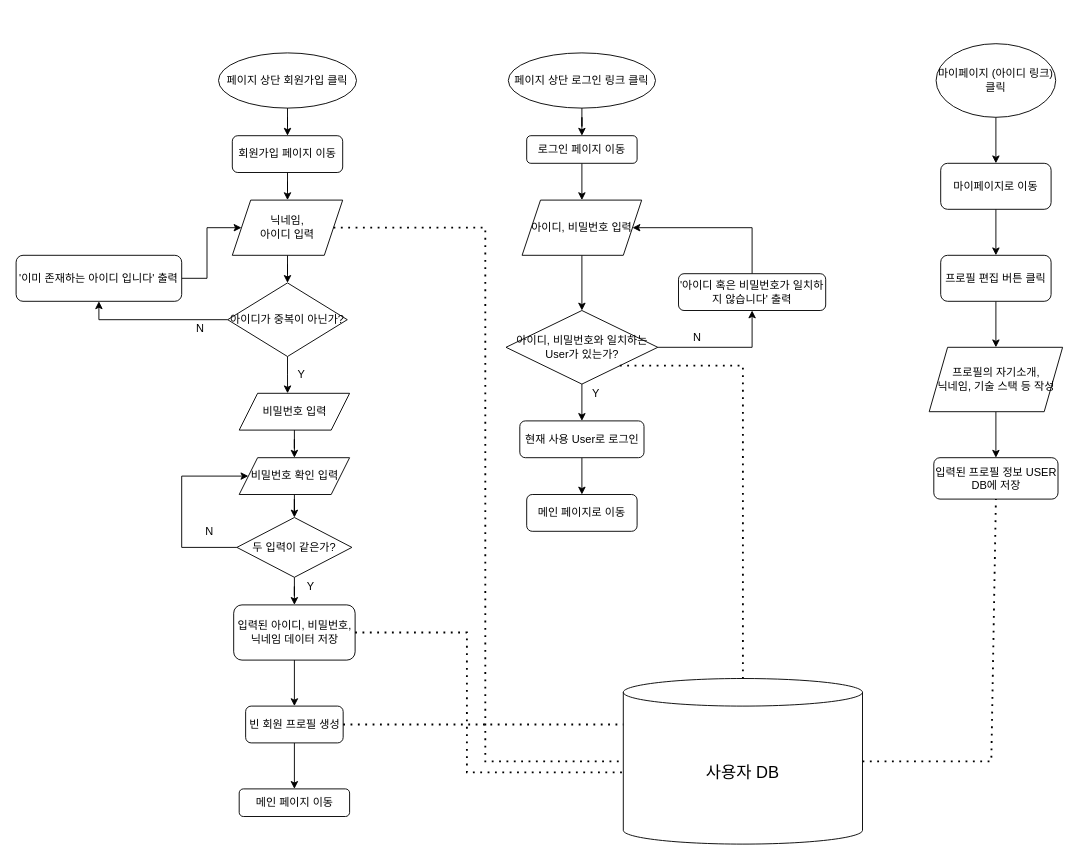
The draw.io diagram ServerSystem/user.drawio in ash0814/univ_assignments, before the edit. Source tidied: cells renumbered, new cells numbered last; positions are measured from the earlier drawing's top-left corner, leaving out a move shared by most shapes. Both pictures are drawn from the tidied source at 92%, with x=0, y=0 at pixel (16, 43).
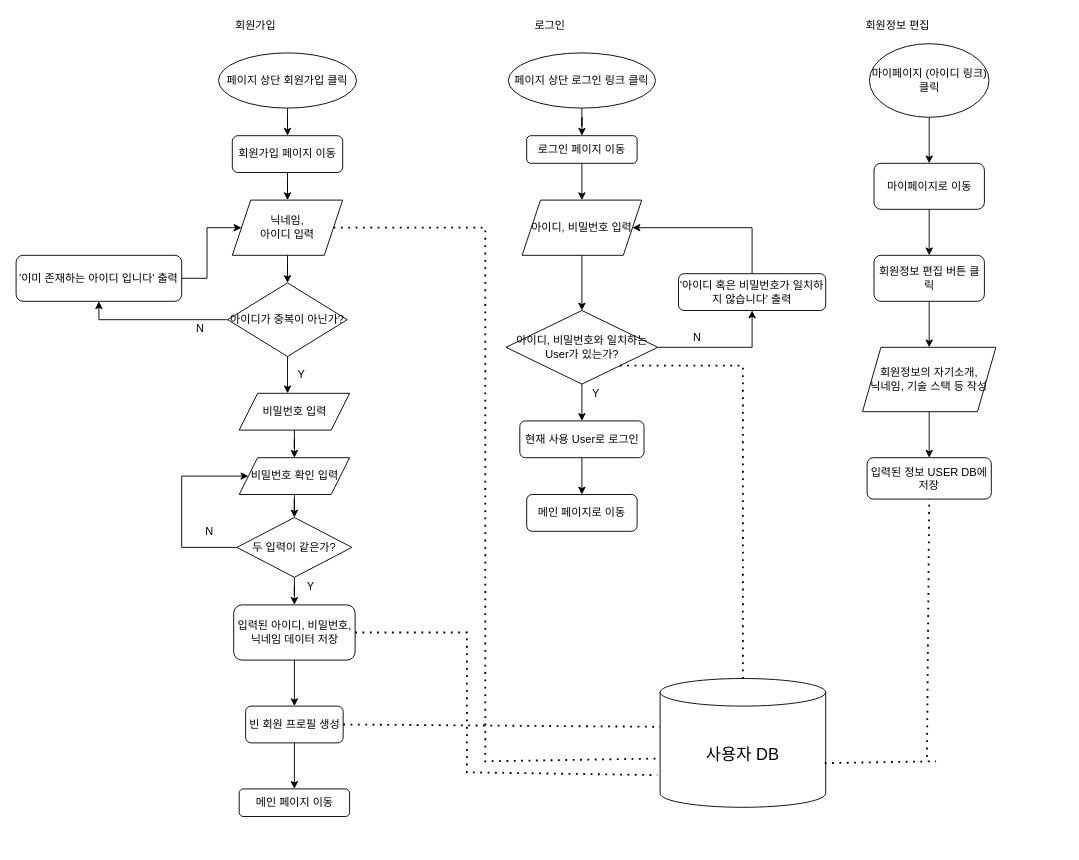
After the change.

Unchanged cells that the change refers to:
```xml
<mxCell id="7" value="닉네임,&lt;br&gt;아이디 입력" style="shape=parallelogram;perimeter=parallelogramPerimeter;whiteSpace=wrap;html=1;fixedSize=1;" parent="1" vertex="1">
  <mxGeometry x="235" y="170" width="120" height="60" as="geometry" />
</mxCell>
<mxCell id="21" value="입력된 아이디, 비밀번호, 닉네임 데이터 저장" style="rounded=1;whiteSpace=wrap;html=1;" parent="1" vertex="1">
  <mxGeometry x="236.5" y="610" width="132" height="60" as="geometry" />
</mxCell>
<mxCell id="23" value="빈 회원 프로필 생성" style="rounded=1;whiteSpace=wrap;html=1;" parent="1" vertex="1">
  <mxGeometry x="249.5" y="720" width="106" height="40" as="geometry" />
</mxCell>
```

Change to the diagram source:
```diff
@@
     <mxCell id="46" value="마이페이지 (아이디 링크) 클릭" style="ellipse;whiteSpace=wrap;html=1;" parent="1" vertex="1">
-      <mxGeometry x="1000" width="130" height="80" as="geometry" />
+      <mxGeometry x="927.5" width="130" height="80" as="geometry" />
     </mxCell>
@@
     <mxCell id="48" value="마이페이지로 이동" style="rounded=1;whiteSpace=wrap;html=1;" parent="1" vertex="1">
-      <mxGeometry x="1005" y="130" width="120" height="50" as="geometry" />
+      <mxGeometry x="932.5" y="130" width="120" height="50" as="geometry" />
     </mxCell>
@@
-    <mxCell id="50" value="프로필 편집 버튼 클릭" style="rounded=1;whiteSpace=wrap;html=1;" parent="1" vertex="1">
-      <mxGeometry x="1005" y="230" width="120" height="50" as="geometry" />
+    <mxCell id="50" value="회원정보 편집 버튼 클릭" style="rounded=1;whiteSpace=wrap;html=1;" parent="1" vertex="1">
+      <mxGeometry x="932.5" y="230" width="120" height="50" as="geometry" />
     </mxCell>
@@
-    <mxCell id="52" value="프로필의 자기소개, &lt;br&gt;닉네임, 기술 스택 등 작성" style="shape=parallelogram;perimeter=parallelogramPerimeter;whiteSpace=wrap;html=1;fixedSize=1;" parent="1" vertex="1">
-      <mxGeometry x="992.5" y="330" width="145" height="70" as="geometry" />
+    <mxCell id="52" value="회원정보의 자기소개, &lt;br&gt;닉네임, 기술 스택 등 작성" style="shape=parallelogram;perimeter=parallelogramPerimeter;whiteSpace=wrap;html=1;fixedSize=1;" parent="1" vertex="1">
+      <mxGeometry x="920" y="330" width="145" height="70" as="geometry" />
     </mxCell>
-    <mxCell id="53" value="입력된 프로필 정보 USER DB에 저장" style="rounded=1;whiteSpace=wrap;html=1;" parent="1" vertex="1">
-      <mxGeometry x="997.5" y="450" width="135" height="45" as="geometry" />
+    <mxCell id="53" value="입력된 정보 USER DB에 저장" style="rounded=1;whiteSpace=wrap;html=1;" parent="1" vertex="1">
+      <mxGeometry x="925" y="450" width="135" height="45" as="geometry" />
     </mxCell>
     <mxCell id="54" value="&lt;font style=&quot;font-size: 18px&quot;&gt;사용자 DB&lt;/font&gt;" style="shape=cylinder3;whiteSpace=wrap;html=1;boundedLbl=1;backgroundOutline=1;size=15;" parent="1" vertex="1">
-      <mxGeometry x="660" y="690" width="260" height="180" as="geometry" />
+      <mxGeometry x="700" y="690" width="180" height="140" as="geometry" />
     </mxCell>
-    <mxCell id="55" style="endArrow=none;dashed=1;html=1;dashPattern=1 3;strokeWidth=2;rounded=0;fontSize=18;exitX=1;exitY=0.5;exitDx=0;exitDy=0;" parent="1" edge="1" source="7">
+    <mxCell id="55" style="endArrow=none;dashed=1;html=1;dashPattern=1 3;strokeWidth=2;rounded=0;fontSize=18;exitX=1;exitY=0.5;exitDx=0;exitDy=0;entryX=0;entryY=0.621;entryDx=0;entryDy=0;entryPerimeter=0;" parent="1" edge="1" source="7" target="54">
       <mxGeometry relative="1" as="geometry">
-        <mxPoint x="660" y="780" as="targetPoint" />
         <Array as="points">
           <mxPoint x="510" y="200" />
           <mxPoint x="510" y="780" />
         </Array>
       </mxGeometry>
     </mxCell>
-    <mxCell id="56" style="endArrow=none;dashed=1;html=1;dashPattern=1 3;strokeWidth=2;rounded=0;fontSize=18;exitX=1;exitY=0.5;exitDx=0;exitDy=0;entryX=0.004;entryY=0.567;entryDx=0;entryDy=0;entryPerimeter=0;" parent="1" edge="1" source="21" target="54">
+    <mxCell id="56" style="endArrow=none;dashed=1;html=1;dashPattern=1 3;strokeWidth=2;rounded=0;fontSize=18;exitX=1;exitY=0.5;exitDx=0;exitDy=0;entryX=-0.017;entryY=0.75;entryDx=0;entryDy=0;entryPerimeter=0;" parent="1" edge="1" source="21" target="54">
       <mxGeometry relative="1" as="geometry">
         <Array as="points">
           <mxPoint x="490" y="640" />
           <mxPoint x="490" y="792" />
         </Array>
       </mxGeometry>
     </mxCell>
-    <mxCell id="57" style="endArrow=none;dashed=1;html=1;dashPattern=1 3;strokeWidth=2;rounded=0;fontSize=18;exitX=1;exitY=0.5;exitDx=0;exitDy=0;" parent="1" edge="1" source="23">
-      <mxGeometry relative="1" as="geometry">
-        <mxPoint x="660" y="740" as="targetPoint" />
-      </mxGeometry>
+    <mxCell id="57" style="endArrow=none;dashed=1;html=1;dashPattern=1 3;strokeWidth=2;rounded=0;fontSize=18;exitX=1;exitY=0.5;exitDx=0;exitDy=0;entryX=0;entryY=0;entryDx=0;entryDy=52.5;entryPerimeter=0;" parent="1" edge="1" source="23" target="54">
+      <mxGeometry relative="1" as="geometry" />
     </mxCell>
@@
-    <mxCell id="59" style="endArrow=none;dashed=1;html=1;dashPattern=1 3;strokeWidth=2;rounded=0;fontSize=18;exitX=1;exitY=0.5;exitDx=0;exitDy=0;exitPerimeter=0;entryX=0.5;entryY=1;entryDx=0;entryDy=0;" parent="1" edge="1" source="54" target="53">
+    <mxCell id="59" style="endArrow=none;dashed=1;html=1;dashPattern=1 3;strokeWidth=2;rounded=0;fontSize=18;exitX=0.994;exitY=0.657;exitDx=0;exitDy=0;exitPerimeter=0;entryX=0.5;entryY=1;entryDx=0;entryDy=0;" parent="1" edge="1" source="54" target="53">
       <mxGeometry relative="1" as="geometry">
         <Array as="points">
-          <mxPoint x="1060" y="780" />
+          <mxPoint x="1000" y="780" />
+          <mxPoint x="990" y="780" />
         </Array>
       </mxGeometry>
     </mxCell>
+    <mxCell id="60" value="회원가입" style="text;html=1;align=center;verticalAlign=middle;strokeColor=none;fillColor=none;" parent="1" vertex="1">
+      <mxGeometry x="230" y="-30" width="60" height="20" as="geometry" />
+    </mxCell>
+    <mxCell id="61" value="로그인" style="text;html=1;align=center;verticalAlign=middle;strokeColor=none;fillColor=none;" parent="1" vertex="1">
+      <mxGeometry x="555" y="-30" width="50" height="20" as="geometry" />
+    </mxCell>
+    <mxCell id="62" value="회원정보 편집" style="text;html=1;align=center;verticalAlign=middle;strokeColor=none;fillColor=none;" parent="1" vertex="1">
+      <mxGeometry x="917.5" y="-30" width="80" height="20" as="geometry" />
+    </mxCell>
```
